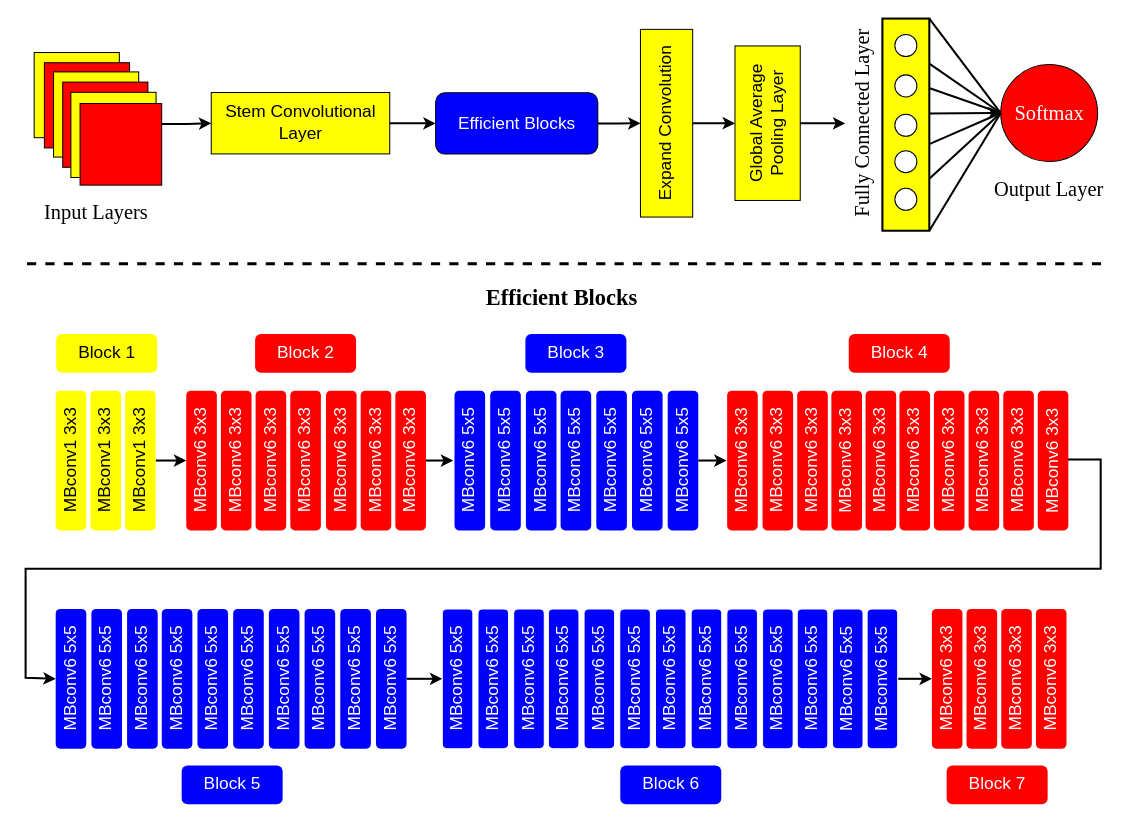
Earlier version of the draw.io diagram Efficient Net B7.drawio (a3X3k/-Random-). Source tidied: cells renumbered, new cells numbered last; positions are measured from the earlier drawing's top-left corner, leaving out a move shared by most shapes. Both pictures are drawn from the tidied source at 102%, with x=0, y=0 at pixel (1, 18).
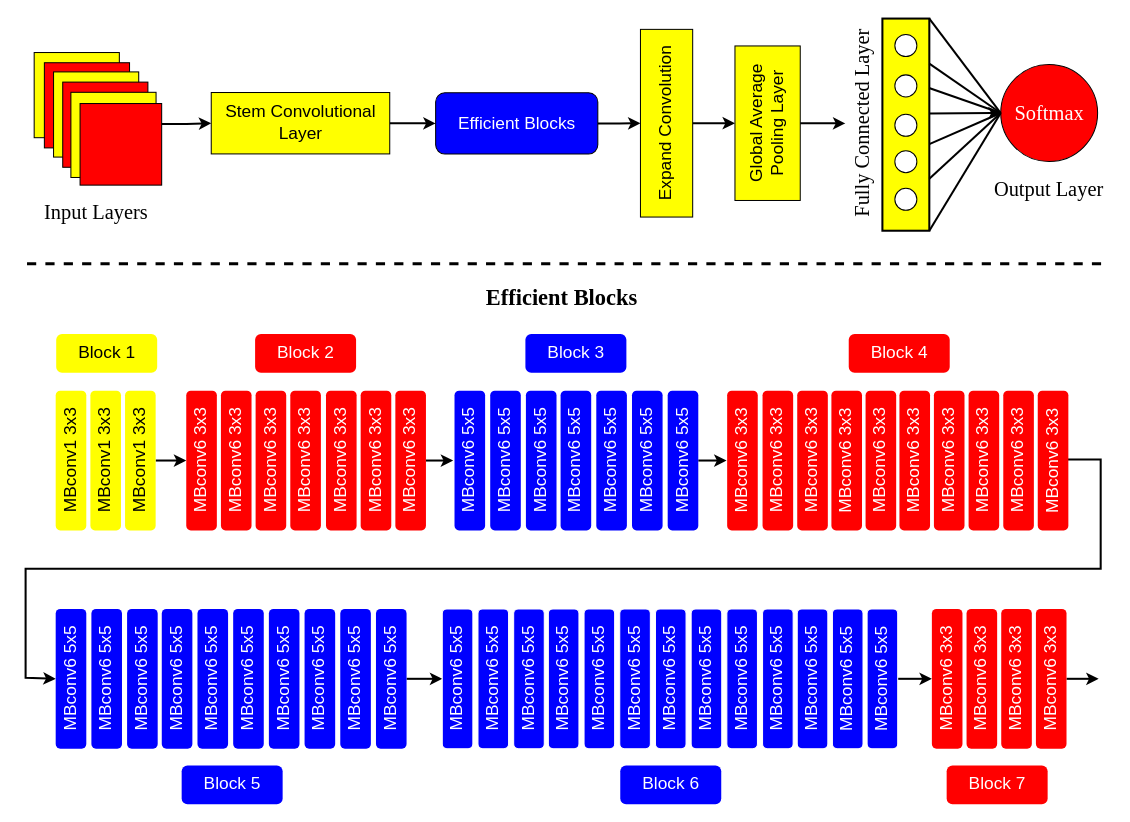
The same page after the edit.

The change refers to these unchanged cells:
```xml
<mxCell id="94" value="&lt;font style=&quot;font-size: 17px;&quot;&gt;MBconv6 3x3&lt;/font&gt;" style="rounded=1;whiteSpace=wrap;html=1;fillColor=#FF0000;rotation=-90;fontColor=#FFFFFF;strokeColor=none;" parent="1" vertex="1">
  <mxGeometry x="960.6" y="632" width="137" height="30" as="geometry" />
</mxCell>
```

What changed in the source:
```diff
@@
+    <mxCell id="103" style="edgeStyle=orthogonalEdgeStyle;rounded=0;jettySize=auto;html=1;exitX=0.5;exitY=1;exitDx=0;exitDy=0;strokeWidth=2;" parent="1" edge="1" source="94">
+      <mxGeometry relative="1" as="geometry">
+        <mxPoint x="1075.6" y="647" as="targetPoint" />
+      </mxGeometry>
+    </mxCell>
```
